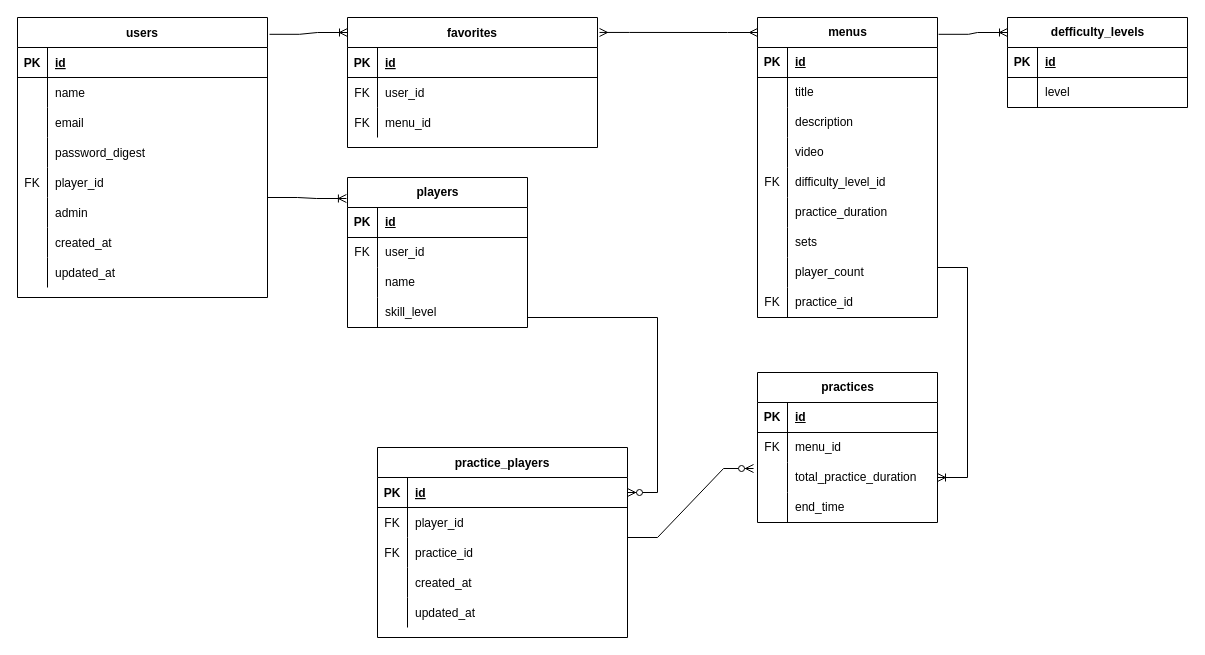
yu-tas/achieve keeps this draw.io diagram as 卒業課題.drawio. Above is the earlier version. Source tidied: cells renumbered, new cells numbered last; positions are measured from the earlier drawing's top-left corner, leaving out a move shared by most shapes. Both pictures are drawn from the tidied source at 100%, with x=0, y=0 at pixel (17, 17).
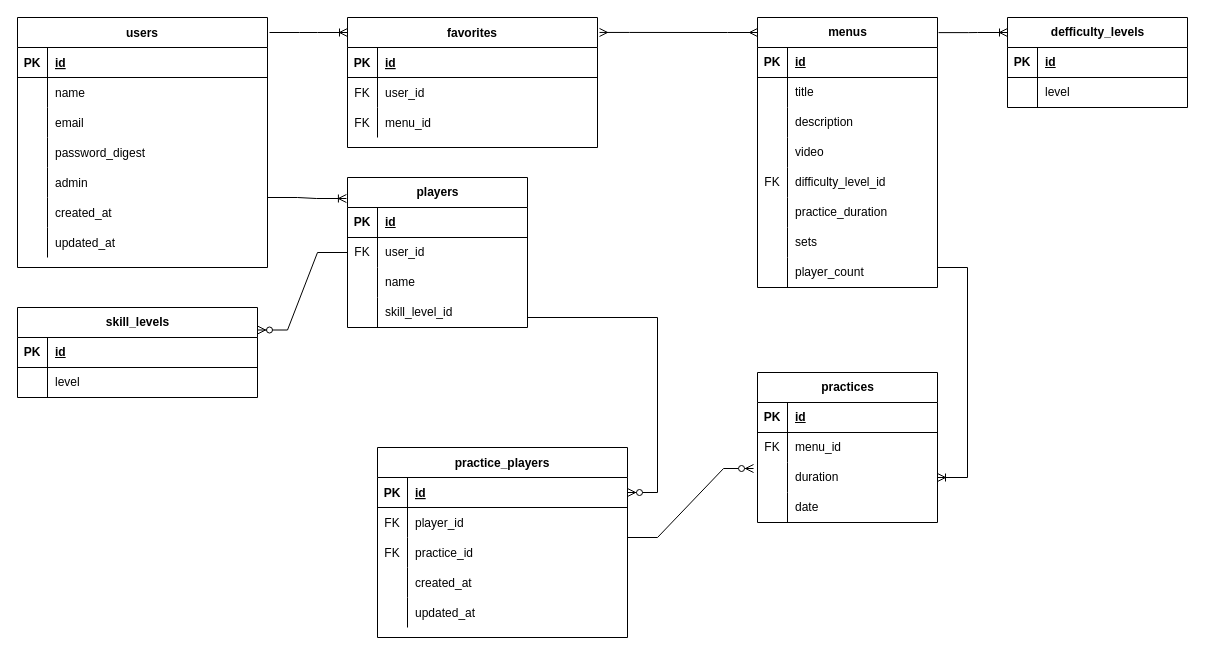
Above is the later version.

Commit message:
卒業課題.drawio を更新します

The change refers to these unchanged cells:
```xml
<mxCell id="95" style="shape=tableRow;horizontal=0;startSize=0;swimlaneHead=0;swimlaneBody=0;fillColor=none;points=[[0,0.5],[1,0.5]];portConstraint=eastwest;top=0;left=0;right=0;bottom=0;" parent="88" vertex="1">
  <mxGeometry y="90" width="180" height="30" as="geometry" />
</mxCell>
<mxCell id="98" style="shape=tableRow;horizontal=0;startSize=0;swimlaneHead=0;swimlaneBody=0;fillColor=none;top=0;left=0;right=0;bottom=0;" parent="88" vertex="1">
  <mxGeometry y="120" width="180" height="30" as="geometry" />
</mxCell>
<mxCell id="101" value="players" style="shape=table;startSize=30;childLayout=tableLayout;rowLines=0;fontStyle=1;align=center;html=1;" parent="1" vertex="1">
  <mxGeometry x="330" y="160" width="180" height="150" as="geometry" />
</mxCell>
<mxCell id="111" style="shape=tableRow;horizontal=0;startSize=0;swimlaneHead=0;swimlaneBody=0;fillColor=none;top=0;left=0;right=0;bottom=0;" parent="101" vertex="1">
  <mxGeometry y="120" width="180" height="30" as="geometry" />
</mxCell>
```

Change to the diagram source:
```diff
@@
     <mxCell id="28" value="users" style="shape=table;startSize=30;childLayout=tableLayout;rowLines=0;fontStyle=1;align=center;" parent="1" vertex="1">
-      <mxGeometry width="250" height="280" as="geometry" />
+      <mxGeometry width="250" height="250" as="geometry" />
     </mxCell>
@@
-    <mxCell id="41" style="shape=partialRectangle;fillColor=none;top=0;left=0;right=0;bottom=0;" parent="28" vertex="1">
-      <mxGeometry y="150" width="250" height="30" as="geometry" />
-    </mxCell>
-    <mxCell id="42" value="FK" style="shape=partialRectangle;overflow=hidden;fillColor=none;top=0;left=0;bottom=0;right=0;" parent="41" vertex="1">
-      <mxGeometry width="30" height="30" as="geometry" />
-    </mxCell>
-    <mxCell id="43" value="player_id" style="shape=partialRectangle;overflow=hidden;fillColor=none;top=0;left=0;bottom=0;right=0;align=left;spacingLeft=6;" parent="41" vertex="1">
-      <mxGeometry x="30" width="220" height="30" as="geometry" />
-    </mxCell>
     <mxCell id="44" style="shape=partialRectangle;fillColor=none;top=0;left=0;right=0;bottom=0;" parent="28" vertex="1">
-      <mxGeometry y="180" width="250" height="30" as="geometry" />
+      <mxGeometry y="150" width="250" height="30" as="geometry" />
     </mxCell>
@@
     <mxCell id="47" style="shape=partialRectangle;fillColor=none;top=0;left=0;right=0;bottom=0;" parent="28" vertex="1">
-      <mxGeometry y="210" width="250" height="30" as="geometry" />
+      <mxGeometry y="180" width="250" height="30" as="geometry" />
     </mxCell>
@@
     <mxCell id="50" style="shape=partialRectangle;fillColor=none;top=0;left=0;right=0;bottom=0;" parent="28" vertex="1">
-      <mxGeometry y="240" width="250" height="30" as="geometry" />
+      <mxGeometry y="210" width="250" height="30" as="geometry" />
     </mxCell>
@@
     <mxCell id="53" value="menus" style="shape=table;startSize=30;childLayout=tableLayout;rowLines=0;fontStyle=1;align=center;html=1;" parent="1" vertex="1">
-      <mxGeometry x="740" width="180" height="300" as="geometry" />
+      <mxGeometry x="740" width="180" height="270" as="geometry" />
     </mxCell>
@@
-    <mxCell id="78" style="shape=tableRow;horizontal=0;startSize=0;swimlaneHead=0;swimlaneBody=0;fillColor=none;top=0;left=0;right=0;bottom=0;" parent="53" vertex="1">
-      <mxGeometry y="270" width="180" height="30" as="geometry" />
-    </mxCell>
-    <mxCell id="79" value="FK" style="shape=partialRectangle;fillColor=none;top=0;left=0;bottom=0;right=0;overflow=hidden;whiteSpace=wrap;html=1;" parent="78" vertex="1">
-      <mxGeometry width="30" height="30" as="geometry" />
-    </mxCell>
-    <mxCell id="80" value="practice_id" style="shape=partialRectangle;fillColor=none;top=0;left=0;bottom=0;right=0;align=left;spacingLeft=6;overflow=hidden;whiteSpace=wrap;html=1;" parent="78" vertex="1">
-      <mxGeometry x="30" width="150" height="30" as="geometry" />
-    </mxCell>
@@
-    <mxCell id="97" value="total_practice_duration" style="shape=partialRectangle;fillColor=none;top=0;left=0;bottom=0;right=0;align=left;spacingLeft=6;overflow=hidden;whiteSpace=wrap;html=1;" parent="95" vertex="1">
+    <mxCell id="97" value="duration" style="shape=partialRectangle;fillColor=none;top=0;left=0;bottom=0;right=0;align=left;spacingLeft=6;overflow=hidden;whiteSpace=wrap;html=1;" parent="95" vertex="1">
       <mxGeometry x="30" width="150" height="30" as="geometry" />
     </mxCell>
@@
-    <mxCell id="100" value="end_time" style="shape=partialRectangle;fillColor=none;top=0;left=0;bottom=0;right=0;align=left;spacingLeft=6;overflow=hidden;whiteSpace=wrap;html=1;" parent="98" vertex="1">
+    <mxCell id="100" value="date" style="shape=partialRectangle;fillColor=none;top=0;left=0;bottom=0;right=0;align=left;spacingLeft=6;overflow=hidden;whiteSpace=wrap;html=1;" parent="98" vertex="1">
       <mxGeometry x="30" width="150" height="30" as="geometry" />
     </mxCell>
@@
-    <mxCell id="113" value="skill_level" style="shape=partialRectangle;fillColor=none;top=0;left=0;bottom=0;right=0;align=left;spacingLeft=6;overflow=hidden;whiteSpace=wrap;html=1;" parent="111" vertex="1">
+    <mxCell id="113" value="skill_level_id" style="shape=partialRectangle;fillColor=none;top=0;left=0;bottom=0;right=0;align=left;spacingLeft=6;overflow=hidden;whiteSpace=wrap;html=1;" parent="111" vertex="1">
       <mxGeometry x="30" width="150" height="30" as="geometry" />
     </mxCell>
@@
+    <mxCell id="121" value="skill_levels" style="shape=table;startSize=30;childLayout=tableLayout;rowLines=0;fontStyle=1;align=center;html=1;" parent="1" vertex="1">
+      <mxGeometry y="290" width="240" height="90" as="geometry" />
+    </mxCell>
+    <mxCell id="122" style="shape=tableRow;horizontal=0;startSize=0;swimlaneHead=0;swimlaneBody=0;fillColor=none;top=0;left=0;right=0;bottom=1;" parent="121" vertex="1">
+      <mxGeometry y="30" width="240" height="30" as="geometry" />
+    </mxCell>
+    <mxCell id="123" value="PK" style="shape=partialRectangle;fillColor=none;top=0;left=0;bottom=0;right=0;fontStyle=1;overflow=hidden;whiteSpace=wrap;html=1;" parent="122" vertex="1">
+      <mxGeometry width="30" height="30" as="geometry" />
+    </mxCell>
+    <mxCell id="124" value="id" style="shape=partialRectangle;fillColor=none;top=0;left=0;bottom=0;right=0;align=left;spacingLeft=6;fontStyle=5;overflow=hidden;whiteSpace=wrap;html=1;" parent="122" vertex="1">
+      <mxGeometry x="30" width="210" height="30" as="geometry" />
+    </mxCell>
+    <mxCell id="125" style="shape=tableRow;horizontal=0;startSize=0;swimlaneHead=0;swimlaneBody=0;fillColor=none;top=0;left=0;right=0;bottom=0;" parent="121" vertex="1">
+      <mxGeometry y="60" width="240" height="30" as="geometry" />
+    </mxCell>
+    <mxCell id="126" style="shape=partialRectangle;fillColor=none;top=0;left=0;bottom=0;right=0;overflow=hidden;whiteSpace=wrap;html=1;" parent="125" vertex="1">
+      <mxGeometry width="30" height="30" as="geometry" />
+    </mxCell>
+    <mxCell id="127" value="level" style="shape=partialRectangle;fillColor=none;top=0;left=0;bottom=0;right=0;align=left;spacingLeft=6;overflow=hidden;whiteSpace=wrap;html=1;" parent="125" vertex="1">
+      <mxGeometry x="30" width="210" height="30" as="geometry" />
+    </mxCell>
+    <mxCell id="128" style="edgeStyle=entityRelationEdgeStyle;fontSize=12;html=1;endArrow=ERzeroToMany;endFill=1;rounded=0;entryX=1;entryY=0.25;entryDx=0;entryDy=0;" parent="1" edge="1" source="101" target="121">
+      <mxGeometry relative="1" as="geometry" />
+    </mxCell>
```
